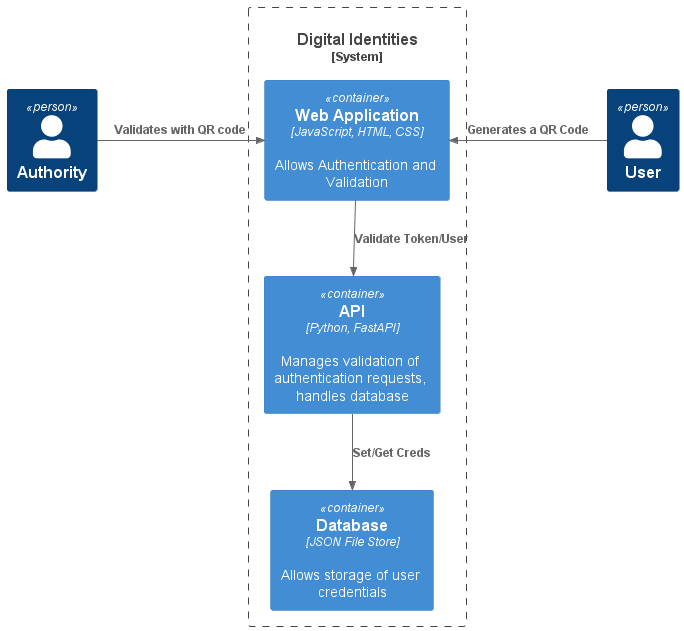
ju-juu/digital_identities keeps this PlantUML diagram as documents/diagrams/img/context.png. Above is the earlier version. Source of this version:
```plantuml
@startuml
!include https://raw.githubusercontent.com/plantuml-stdlib/C4-PlantUML/master/C4_Container.puml

Person(authority, "Authority")
Person(user, "User")

System_Boundary(c1, "Digital Identities") {
    Container(web_app, "Web Application", "JavaScript, HTML, CSS", "Allows Authentication and Validation")
    Container(api, "API", "Python, FastAPI", "Manages validation of authentication requests, handles database")
    Container(database, "Database", "JSON File Store", "Allows storage of user credentials")
}

Rel_R(authority, web_app, "Validates with QR code")
Rel_L(user, web_app, "Generates a QR Code")
Rel(web_app, api, "Validate Token/User")
Rel(api, database, "Set/Get Creds")
@enduml
```
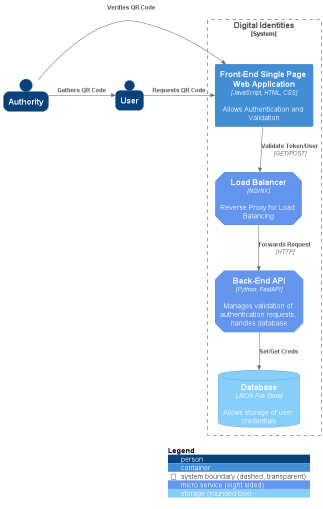
After the change.

Commit message:
Updated Context Diagram to include reverse proxy

The edit, as a diff of the source:
```diff
@@ -1,17 +1,27 @@
 @startuml
 !include https://raw.githubusercontent.com/plantuml-stdlib/C4-PlantUML/master/C4_Container.puml
+
+AddElementTag("microService", $shape=EightSidedShape(), $bgColor="CornflowerBlue", $fontColor="white", $legendText="micro service (eight sided)")
+AddElementTag("storage", $shape=RoundedBoxShape(), $bgColor="lightSkyBlue", $fontColor="white")
+
+SHOW_PERSON_OUTLINE()
 
 Person(authority, "Authority")
 Person(user, "User")
 
 System_Boundary(c1, "Digital Identities") {
-    Container(web_app, "Web Application", "JavaScript, HTML, CSS", "Allows Authentication and Validation")
-    Container(api, "API", "Python, FastAPI", "Manages validation of authentication requests, handles database")
-    Container(database, "Database", "JSON File Store", "Allows storage of user credentials")
+    Container(web_app, "Front-End Single Page Web Application", "JavaScript, HTML, CSS", "Allows Authentication and Validation")
+    Container(api, "Back-End API", "Python, FastAPI", "Manages validation of authentication requests, handles database", $tags="microService")
+    Container(nginx, "Load Balancer", "NGINX", "Reverse Proxy for Load Balancing", $tags="microService")
+    ContainerDb(database, "Database", "JSON File Store", "Allows storage of user credentials", $tags="storage")
 }
 
-Rel_R(authority, web_app, "Validates with QR code")
-Rel_L(user, web_app, "Generates a QR Code")
-Rel(web_app, api, "Validate Token/User")
+Rel_R(authority, web_app, "Verifies QR Code")
+Rel_R(authority, user, "Gathers QR Code")
+Rel_R(user, web_app, "Requests QR Code")
+Rel(web_app, nginx, "Validate Token/User", "GET/POST")
+Rel(nginx, api, "Forwards Request", "HTTP")
 Rel(api, database, "Set/Get Creds")
+
+SHOW_LEGEND()
 @enduml
```
